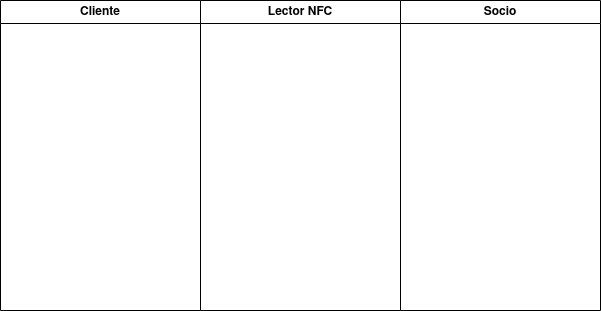
The draw.io diagram Diagramas/EXAMEN ETS DIAGRAMAS/Diagrama Actividades Gestión Compra Internet.drawio.png in RafaelMayor/ETS, before a commit. Source tidied: cells renumbered, new cells last; positions are measured from the earlier drawing's top-left corner, leaving out a move shared by most shapes. Its diagram source:
```xml
<mxGraphModel>
  <root>
    <mxCell id="0" />
    <mxCell id="1" parent="0" />
    <mxCell id="2" value="Cliente" style="swimlane;whiteSpace=wrap;html=1;" parent="1" vertex="1">
      <mxGeometry width="200" height="310" as="geometry" />
    </mxCell>
    <mxCell id="3" value="Socio" style="swimlane;whiteSpace=wrap;html=1;" parent="1" vertex="1">
      <mxGeometry x="400" width="200" height="310" as="geometry" />
    </mxCell>
    <mxCell id="4" value="Lector NFC" style="swimlane;whiteSpace=wrap;html=1;" parent="1" vertex="1">
      <mxGeometry x="200" width="200" height="310" as="geometry" />
    </mxCell>
  </root>
</mxGraphModel>
```
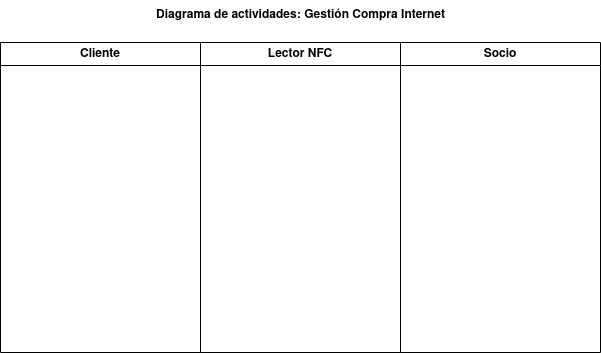
The same diagram one commit later.

Diff of the diagram source:
```diff
@@ -11,5 +11,8 @@
     <mxCell id="4" value="Lector NFC" style="swimlane;whiteSpace=wrap;html=1;" parent="1" vertex="1">
       <mxGeometry x="200" width="200" height="310" as="geometry" />
     </mxCell>
+    <mxCell id="5" value="&lt;b&gt;Diagrama de actividades: Gestión Compra Internet&lt;/b&gt;" style="text;html=1;align=center;verticalAlign=middle;strokeColor=none;fillColor=none;" parent="1" vertex="1">
+      <mxGeometry x="145" y="-42" width="310" height="30" as="geometry" />
+    </mxCell>
   </root>
 </mxGraphModel>
```
